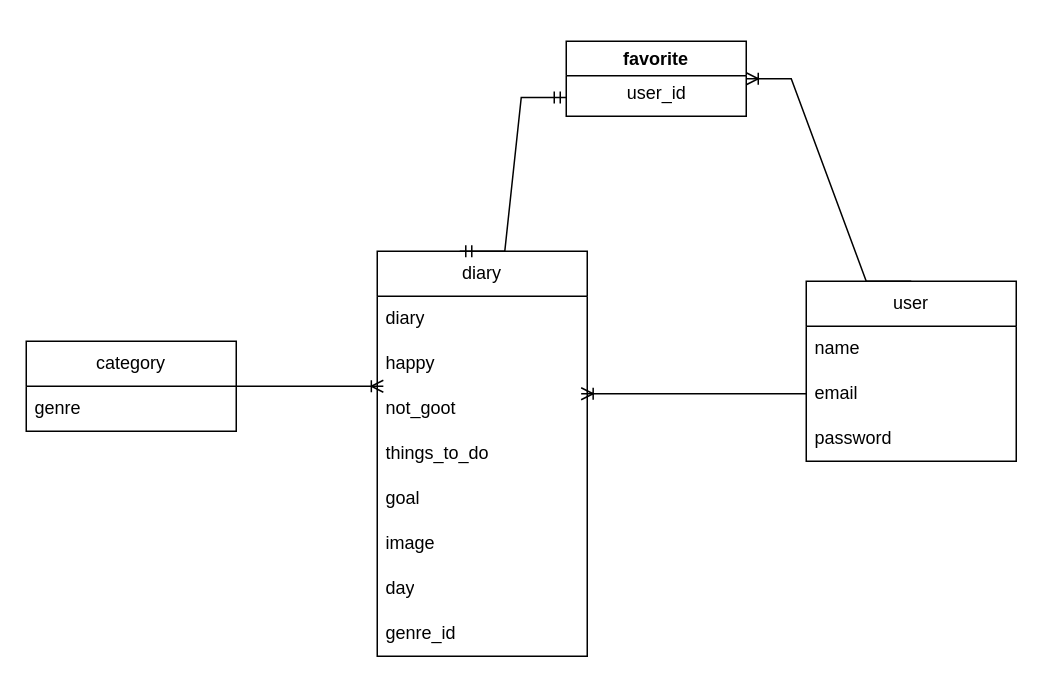
clorop111/dairy-app keeps this draw.io diagram as oriapp.drawio. Above is the earlier version. Source tidied: cells renumbered, new cells numbered last; positions are measured from the earlier drawing's top-left corner, leaving out a move shared by most shapes. Both pictures are drawn from the tidied source at 150%, with x=0, y=0 at pixel (26, 40).
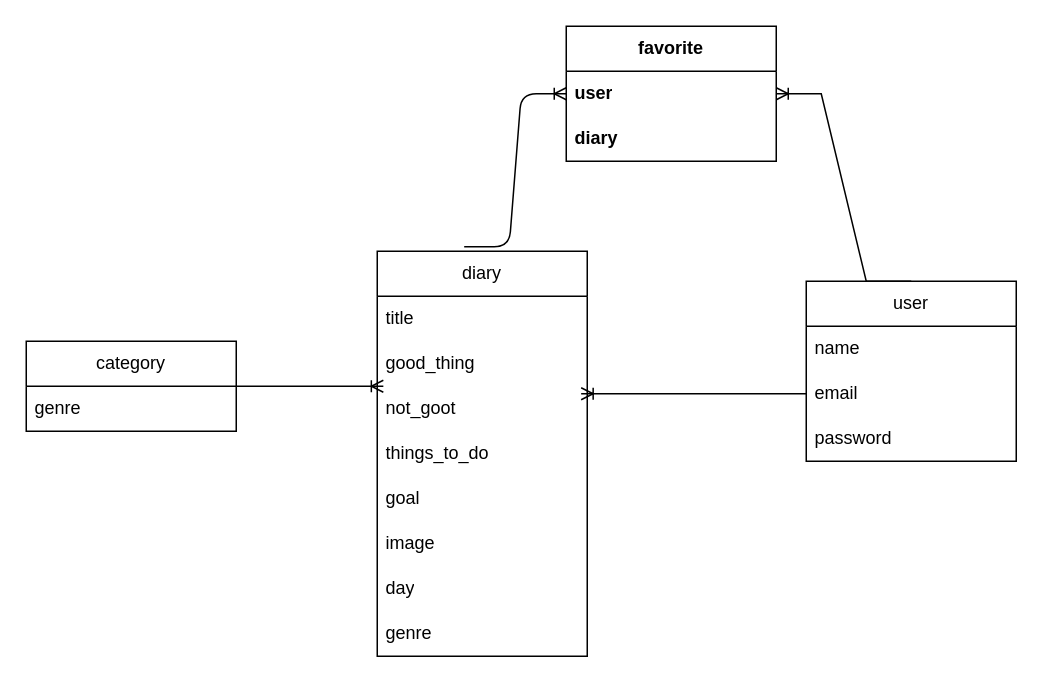
The same diagram, later.

The change refers to these unchanged cells:
```xml
<mxCell id="6" value="diary" style="swimlane;fontStyle=0;horizontal=1;startSize=30;whiteSpace=wrap;html=1;" parent="1" vertex="1">
  <mxGeometry x="234" y="140" width="140" height="270" as="geometry" />
</mxCell>
<mxCell id="15" value="user" style="swimlane;fontStyle=0;horizontal=1;startSize=30;whiteSpace=wrap;html=1;" parent="1" vertex="1">
  <mxGeometry x="520" y="160" width="140" height="120" as="geometry" />
</mxCell>
```

What changed in the source:
```diff
@@
-    <mxCell id="2" value="favorite" style="swimlane;whiteSpace=wrap;html=1;" parent="1" vertex="1">
-      <mxGeometry x="360" width="120" height="50" as="geometry" />
-    </mxCell>
-    <mxCell id="3" value="user_id" style="text;html=1;align=center;verticalAlign=middle;strokeColor=none;fillColor=none;" parent="2" vertex="1">
-      <mxGeometry x="30" y="20" width="60" height="30" as="geometry" />
-    </mxCell>
@@
-    <mxCell id="7" value="diary" style="text;strokeColor=none;fillColor=none;align=left;verticalAlign=middle;spacingLeft=4;spacingRight=4;overflow=hidden;whiteSpace=wrap;html=1;" parent="6" vertex="1">
+    <mxCell id="7" value="title" style="text;strokeColor=none;fillColor=none;align=left;verticalAlign=middle;spacingLeft=4;spacingRight=4;overflow=hidden;whiteSpace=wrap;html=1;" parent="6" vertex="1">
       <mxGeometry y="30" width="140" height="30" as="geometry" />
     </mxCell>
-    <mxCell id="8" value="happy" style="text;strokeColor=none;fillColor=none;align=left;verticalAlign=middle;spacingLeft=4;spacingRight=4;overflow=hidden;whiteSpace=wrap;html=1;" parent="6" vertex="1">
+    <mxCell id="8" value="good_thing" style="text;strokeColor=none;fillColor=none;align=left;verticalAlign=middle;spacingLeft=4;spacingRight=4;overflow=hidden;whiteSpace=wrap;html=1;" parent="6" vertex="1">
       <mxGeometry y="60" width="140" height="30" as="geometry" />
     </mxCell>
@@
-    <mxCell id="14" value="genre_id" style="text;strokeColor=none;fillColor=none;align=left;verticalAlign=middle;spacingLeft=4;spacingRight=4;overflow=hidden;whiteSpace=wrap;html=1;" parent="6" vertex="1">
+    <mxCell id="14" value="genre" style="text;strokeColor=none;fillColor=none;align=left;verticalAlign=middle;spacingLeft=4;spacingRight=4;overflow=hidden;whiteSpace=wrap;html=1;" parent="6" vertex="1">
       <mxGeometry y="240" width="140" height="30" as="geometry" />
     </mxCell>
@@
-    <mxCell id="20" style="edgeStyle=entityRelationEdgeStyle;fontSize=12;html=1;endArrow=ERoneToMany;rounded=0;entryX=1;entryY=0.5;entryDx=0;entryDy=0;exitX=0.5;exitY=0;exitDx=0;exitDy=0;" parent="1" edge="1" source="15" target="2">
+    <mxCell id="20" style="edgeStyle=entityRelationEdgeStyle;fontSize=12;html=1;endArrow=ERoneToMany;rounded=0;exitX=0.5;exitY=0;exitDx=0;exitDy=0;entryX=1;entryY=0.5;entryDx=0;entryDy=0;" parent="1" edge="1" source="15" target="23">
       <mxGeometry relative="1" as="geometry" />
     </mxCell>
@@
-    <mxCell id="22" style="edgeStyle=entityRelationEdgeStyle;fontSize=12;html=1;endArrow=ERmandOne;startArrow=ERmandOne;rounded=0;entryX=0.393;entryY=0;entryDx=0;entryDy=0;exitX=0;exitY=0.75;exitDx=0;exitDy=0;entryPerimeter=0;" parent="1" edge="1" source="2" target="6">
-      <mxGeometry x="0.44" y="30" relative="1" as="geometry" />
-    </mxCell>
+    <mxCell id="2" value="&lt;span style=&quot;font-weight: 700;&quot;&gt;favorite&lt;/span&gt;" style="swimlane;fontStyle=0;horizontal=1;startSize=30;whiteSpace=wrap;html=1;" parent="1" vertex="1">
+      <mxGeometry x="360" y="-10" width="140" height="90" as="geometry" />
+    </mxCell>
+    <mxCell id="23" value="&lt;div style=&quot;text-align: center;&quot;&gt;&lt;span style=&quot;background-color: initial;&quot;&gt;&lt;b&gt;user&lt;/b&gt;&lt;/span&gt;&lt;/div&gt;" style="text;strokeColor=none;fillColor=none;align=left;verticalAlign=middle;spacingLeft=4;spacingRight=4;overflow=hidden;points=[[0,0.5],[1,0.5]];portConstraint=eastwest;whiteSpace=wrap;html=1;" parent="2" vertex="1">
+      <mxGeometry y="30" width="140" height="30" as="geometry" />
+    </mxCell>
+    <mxCell id="24" value="&lt;div style=&quot;text-align: center;&quot;&gt;&lt;span style=&quot;background-color: initial;&quot;&gt;&lt;b&gt;diary&lt;/b&gt;&lt;/span&gt;&lt;/div&gt;" style="text;strokeColor=none;fillColor=none;align=left;verticalAlign=middle;spacingLeft=4;spacingRight=4;overflow=hidden;whiteSpace=wrap;html=1;" parent="2" vertex="1">
+      <mxGeometry y="60" width="140" height="30" as="geometry" />
+    </mxCell>
+    <mxCell id="25" style="edgeStyle=entityRelationEdgeStyle;fontSize=12;html=1;endArrow=ERoneToMany;exitX=0.414;exitY=-0.011;exitDx=0;exitDy=0;exitPerimeter=0;entryX=0;entryY=0.5;entryDx=0;entryDy=0;" parent="1" edge="1" source="6" target="23">
+      <mxGeometry relative="1" as="geometry" />
+    </mxCell>
```
